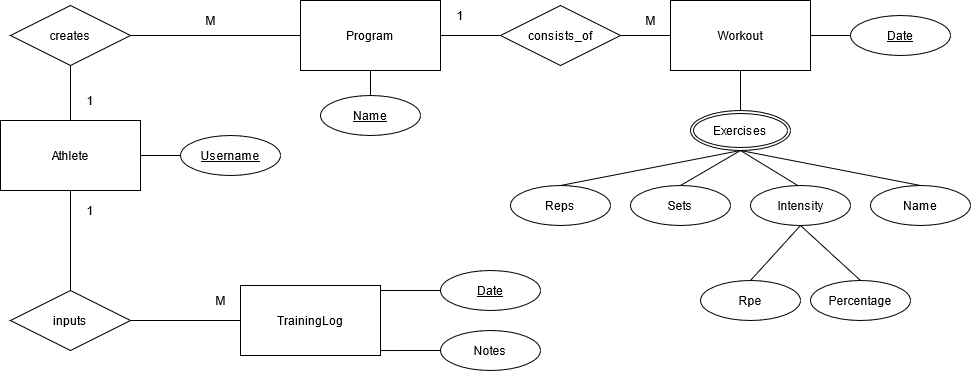
Earlier version of the draw.io export images/er_diagram.png (NoorAsim99/fitness-app). Source tidied: cells renumbered, new cells last; positions are measured from the earlier drawing's top-left corner, leaving out a move shared by most shapes.
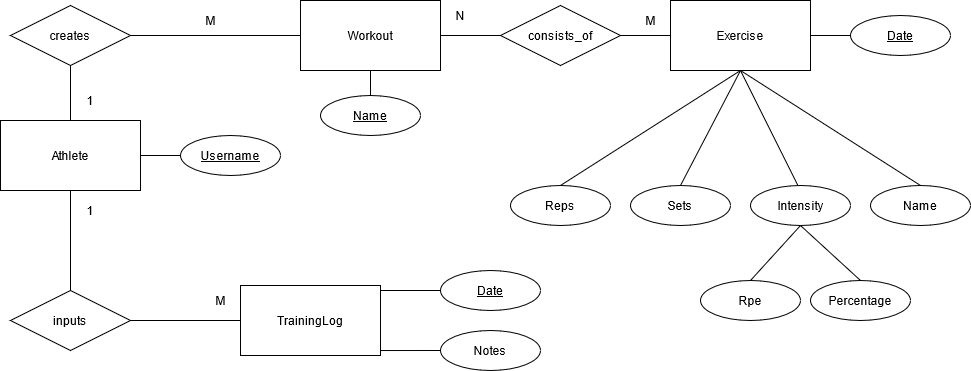
Later version of the same file.

Commit message:
Improved and simplified er_diagram

The edit, as a diff of the source:
```diff
@@ -2,10 +2,16 @@
   <root>
     <mxCell id="0" />
     <mxCell id="1" parent="0" />
+    <mxCell id="32" value="Exercises" style="ellipse;shape=doubleEllipse;margin=3;whiteSpace=wrap;html=1;align=center;" parent="1" vertex="1">
+      <mxGeometry x="690" y="30" width="100" height="40" as="geometry" />
+    </mxCell>
+    <mxCell id="33" style="endArrow=none;html=1;entryX=0.5;entryY=1;entryDx=0;entryDy=0;exitX=0.5;exitY=0;exitDx=0;exitDy=0;" parent="1" edge="1" source="32" target="28">
+      <mxGeometry relative="1" as="geometry" />
+    </mxCell>
     <mxCell id="2" value="Athlete" style="whiteSpace=wrap;html=1;align=center;" parent="1" vertex="1">
       <mxGeometry y="120" width="140" height="70" as="geometry" />
     </mxCell>
-    <mxCell id="3" value="Program" style="whiteSpace=wrap;html=1;align=center;" parent="1" vertex="1">
+    <mxCell id="3" value="Workout" style="whiteSpace=wrap;html=1;align=center;" parent="1" vertex="1">
       <mxGeometry x="300" width="140" height="70" as="geometry" />
     </mxCell>
     <mxCell id="4" value="TrainingLog" style="whiteSpace=wrap;html=1;align=center;" parent="1" vertex="1">
@@ -82,7 +88,7 @@
     <mxCell id="27" value="Percentage" style="ellipse;whiteSpace=wrap;html=1;align=center;" parent="1" vertex="1">
       <mxGeometry x="810" y="280" width="100" height="40" as="geometry" />
     </mxCell>
-    <mxCell id="28" value="Workout" style="whiteSpace=wrap;html=1;align=center;" parent="1" vertex="1">
+    <mxCell id="28" value="Exercise" style="whiteSpace=wrap;html=1;align=center;" parent="1" vertex="1">
       <mxGeometry x="670" width="140" height="70" as="geometry" />
     </mxCell>
     <mxCell id="29" value="consists_of" style="shape=rhombus;perimeter=rhombusPerimeter;whiteSpace=wrap;html=1;align=center;" parent="1" vertex="1">
@@ -94,19 +100,11 @@
     <mxCell id="31" style="endArrow=none;html=1;entryX=1;entryY=0.5;entryDx=0;entryDy=0;exitX=0;exitY=0.5;exitDx=0;exitDy=0;" parent="1" edge="1" source="28" target="29">
       <mxGeometry relative="1" as="geometry" />
     </mxCell>
-    <mxCell id="32" value="Exercises" style="ellipse;shape=doubleEllipse;margin=3;whiteSpace=wrap;html=1;align=center;" parent="1" vertex="1">
-      <mxGeometry x="690" y="110" width="100" height="40" as="geometry" />
-    </mxCell>
-    <mxCell id="33" style="endArrow=none;html=1;entryX=0.5;entryY=1;entryDx=0;entryDy=0;exitX=0.5;exitY=0;exitDx=0;exitDy=0;" parent="1" edge="1" source="32" target="28">
-      <mxGeometry relative="1" as="geometry" />
-    </mxCell>
     <mxCell id="34" style="endArrow=none;html=1;entryX=0.5;entryY=1;entryDx=0;entryDy=0;exitX=0.5;exitY=0;exitDx=0;exitDy=0;" parent="1" edge="1" source="20" target="32">
       <mxGeometry relative="1" as="geometry" />
     </mxCell>
-    <mxCell id="35" style="endArrow=none;html=1;exitX=0.5;exitY=0;exitDx=0;exitDy=0;" parent="1" edge="1" source="19">
-      <mxGeometry relative="1" as="geometry">
-        <mxPoint x="740" y="150" as="targetPoint" />
-      </mxGeometry>
+    <mxCell id="35" style="endArrow=none;html=1;exitX=0.5;exitY=0;exitDx=0;exitDy=0;entryX=0.5;entryY=1;entryDx=0;entryDy=0;" parent="1" edge="1" source="19" target="28">
+      <mxGeometry relative="1" as="geometry" />
     </mxCell>
     <mxCell id="36" style="endArrow=none;html=1;entryX=0.475;entryY=0.004;entryDx=0;entryDy=0;exitX=0.5;exitY=1;exitDx=0;exitDy=0;entryPerimeter=0;" parent="1" edge="1" source="32" target="26">
       <mxGeometry relative="1" as="geometry" />
@@ -117,7 +115,7 @@
     <mxCell id="38" style="endArrow=none;html=1;entryX=0.5;entryY=0;entryDx=0;entryDy=0;exitX=0.5;exitY=1;exitDx=0;exitDy=0;" parent="1" edge="1" source="26" target="27">
       <mxGeometry relative="1" as="geometry" />
     </mxCell>
-    <mxCell id="39" value="1" style="text;html=1;strokeColor=none;fillColor=none;align=center;verticalAlign=middle;whiteSpace=wrap;rounded=0;" parent="1" vertex="1">
+    <mxCell id="39" value="N" style="text;html=1;strokeColor=none;fillColor=none;align=center;verticalAlign=middle;whiteSpace=wrap;rounded=0;" parent="1" vertex="1">
       <mxGeometry x="440" y="5" width="40" height="20" as="geometry" />
     </mxCell>
     <mxCell id="40" value="M" style="text;html=1;strokeColor=none;fillColor=none;align=center;verticalAlign=middle;whiteSpace=wrap;rounded=0;" parent="1" vertex="1">
```
